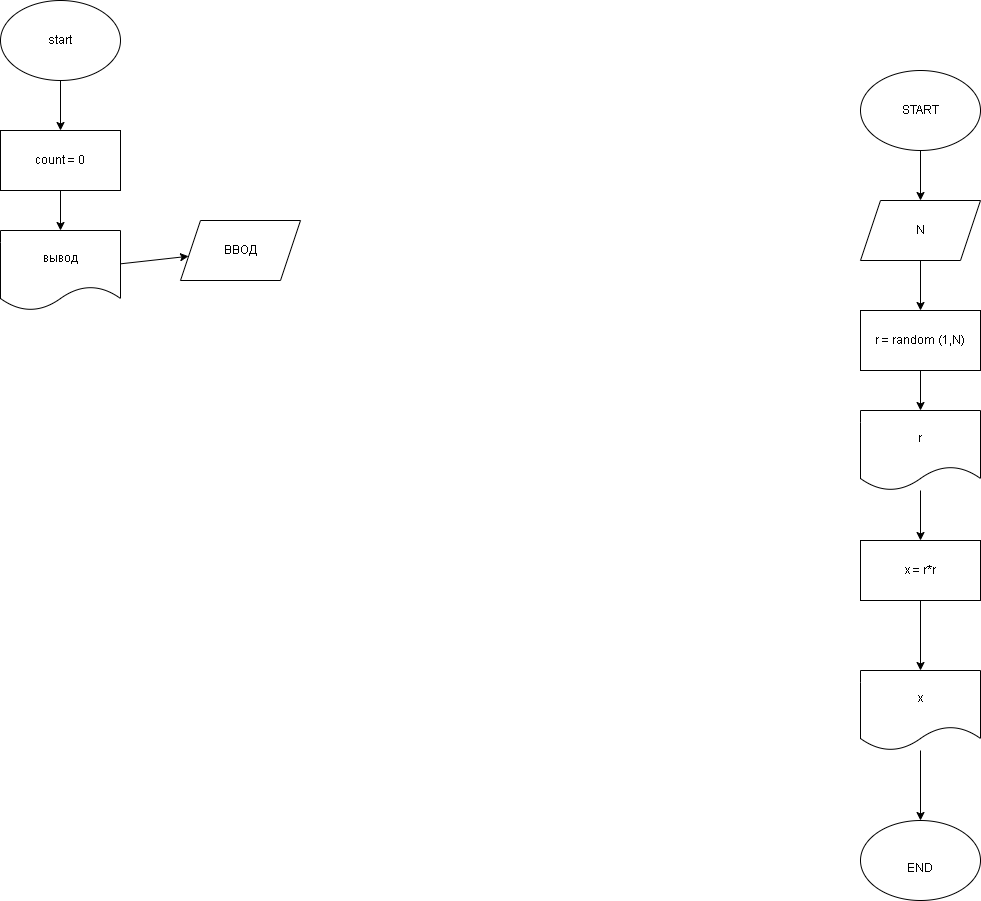
The draw.io diagram ex000.drawio.png in KarenMadridista/practice_temp1, before a commit. Source tidied: cells renumbered, new cells last; positions are measured from the earlier drawing's top-left corner, leaving out a move shared by most shapes.
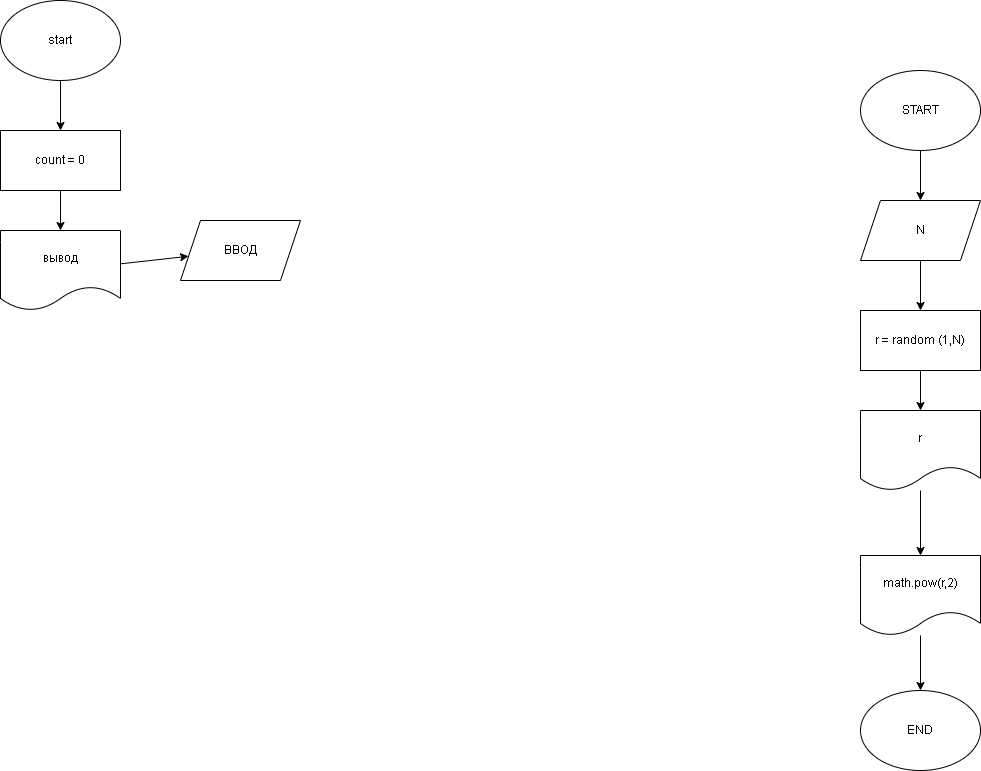
After the change.

Diff of the diagram source:
```diff
@@ -41,28 +41,20 @@
     <mxCell id="14" value="r = random (1,N)" style="rounded=0;whiteSpace=wrap;html=1;" parent="1" vertex="1">
       <mxGeometry x="860" y="310" width="120" height="60" as="geometry" />
     </mxCell>
-    <mxCell id="15" style="edgeStyle=none;html=1;" parent="1" edge="1" source="16">
-      <mxGeometry relative="1" as="geometry">
-        <mxPoint x="920" y="540" as="targetPoint" />
-      </mxGeometry>
-    </mxCell>
+    <mxCell id="22" style="edgeStyle=none;html=1;" parent="1" edge="1" source="16" target="24">
+      <mxGeometry relative="1" as="geometry" />
+    </mxCell>
     <mxCell id="16" value="r" style="shape=document;whiteSpace=wrap;html=1;boundedLbl=1;" parent="1" vertex="1">
       <mxGeometry x="860" y="410" width="120" height="80" as="geometry" />
     </mxCell>
-    <mxCell id="17" style="edgeStyle=none;html=1;" parent="1" edge="1" source="18" target="20">
-      <mxGeometry relative="1" as="geometry" />
-    </mxCell>
-    <mxCell id="18" value="x = r*r" style="rounded=0;whiteSpace=wrap;html=1;" parent="1" vertex="1">
-      <mxGeometry x="860" y="540" width="120" height="60" as="geometry" />
-    </mxCell>
-    <mxCell id="19" style="edgeStyle=none;html=1;" parent="1" edge="1" source="20" target="21">
-      <mxGeometry relative="1" as="geometry" />
-    </mxCell>
-    <mxCell id="20" value="x" style="shape=document;whiteSpace=wrap;html=1;boundedLbl=1;" parent="1" vertex="1">
-      <mxGeometry x="860" y="670" width="120" height="80" as="geometry" />
-    </mxCell>
+    <mxCell id="23" style="edgeStyle=none;html=1;" parent="1" edge="1" source="24" target="21">
+      <mxGeometry relative="1" as="geometry" />
+    </mxCell>
+    <mxCell id="24" value="math.pow(r,2)" style="shape=document;whiteSpace=wrap;html=1;boundedLbl=1;" parent="1" vertex="1">
+      <mxGeometry x="860" y="555" width="120" height="80" as="geometry" />
+    </mxCell>
-    <mxCell id="21" value="&lt;br&gt;END" style="ellipse;whiteSpace=wrap;html=1;" parent="1" vertex="1">
-      <mxGeometry x="860" y="820" width="120" height="80" as="geometry" />
+    <mxCell id="21" value="END" style="ellipse;whiteSpace=wrap;html=1;" parent="1" vertex="1">
+      <mxGeometry x="860" y="690" width="120" height="80" as="geometry" />
     </mxCell>
   </root>
 </mxGraphModel>
```
